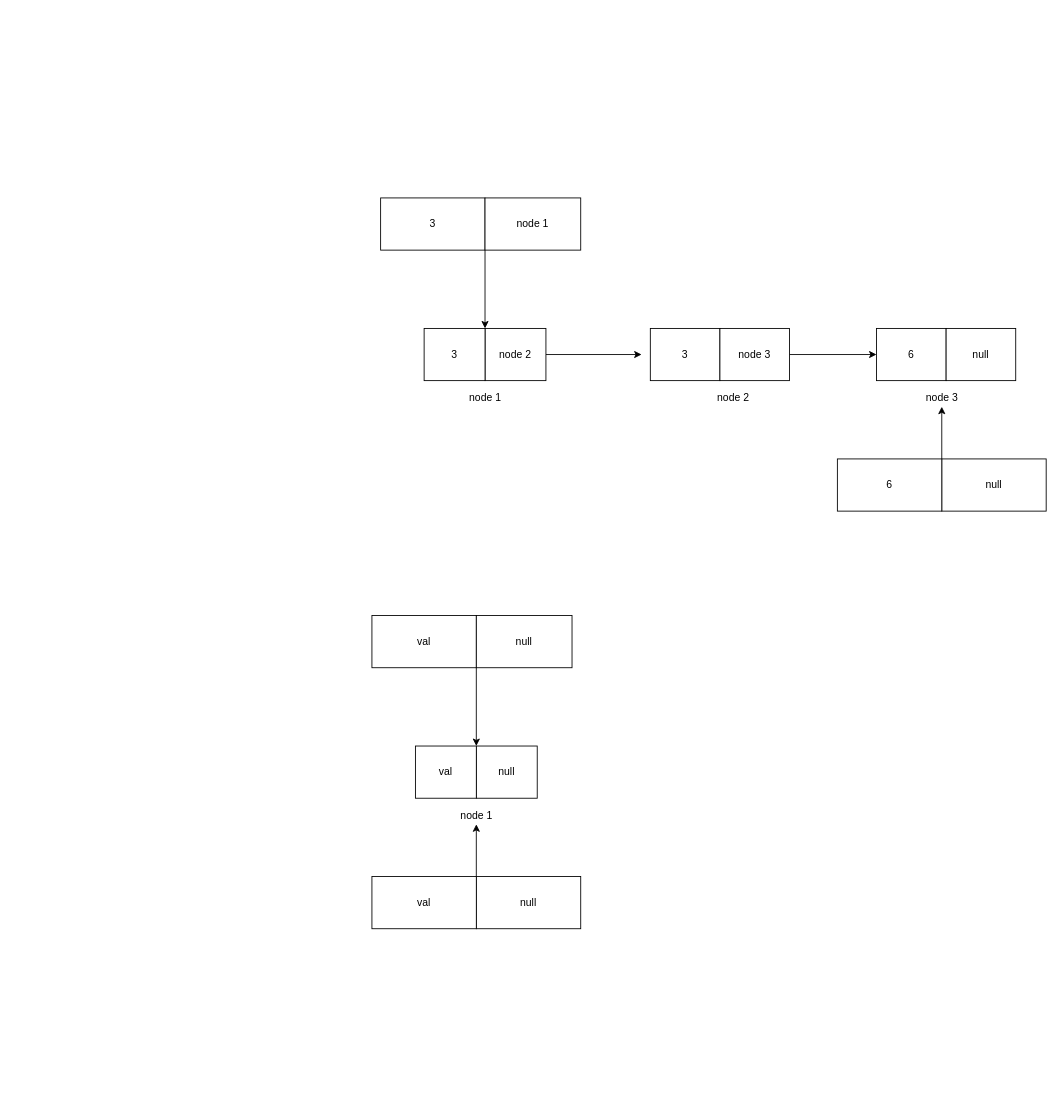
This is DSA/Linked List/demo.drawio from demonicirfan/java, a draw.io file, before an edit. Source tidied: cells renumbered, new cells numbered last; positions are measured from the earlier drawing's top-left corner, leaving out a move shared by most shapes. Both pictures are drawn from the tidied source at 87%, with x=0, y=0 at pixel (371, 197).
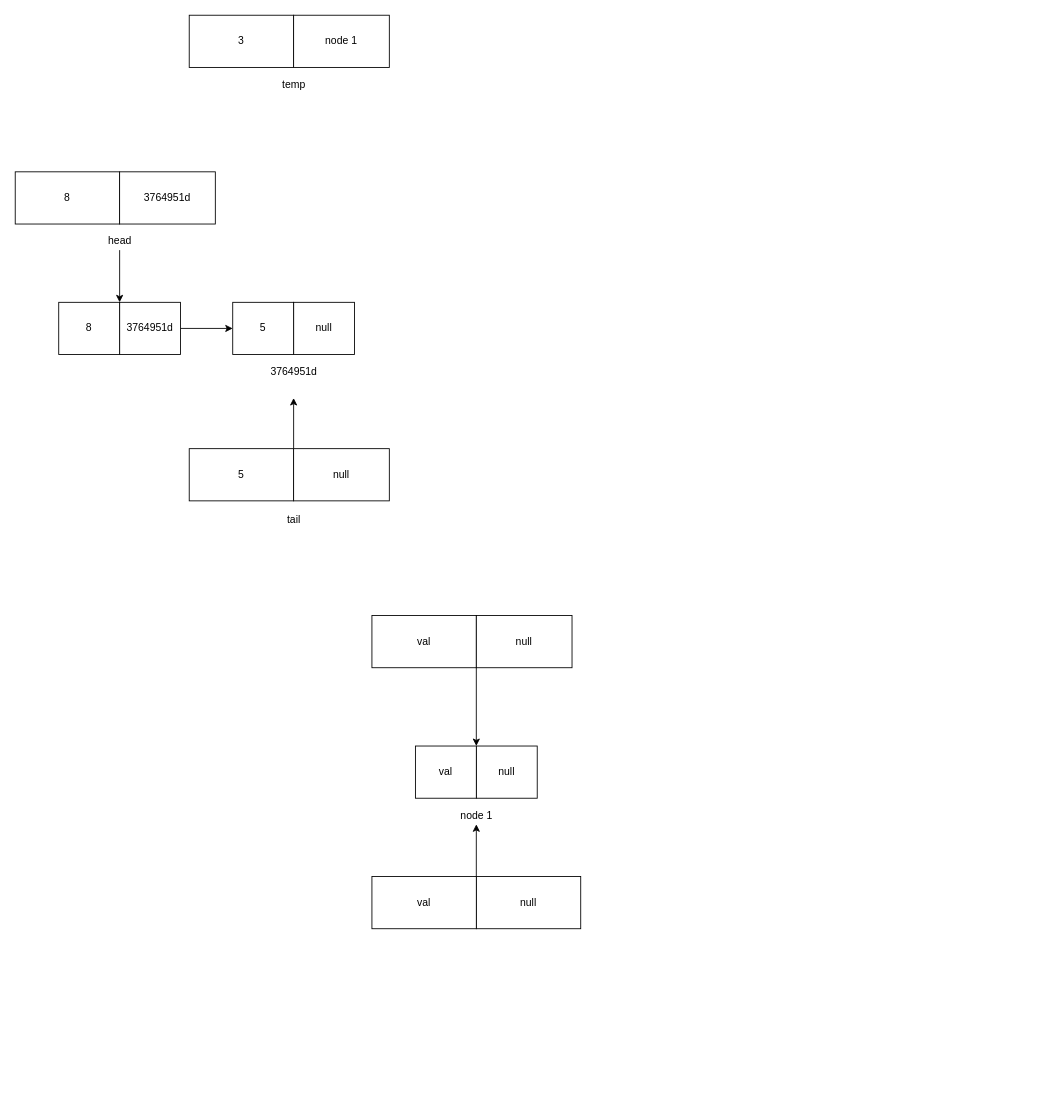
The same diagram, later.

Diff of the diagram source:
```diff
@@
-    <mxCell id="2" style="edgeStyle=none;html=1;" parent="1" edge="1" source="4" target="10">
-      <mxGeometry relative="1" as="geometry" />
-    </mxCell>
-    <mxCell id="3" style="edgeStyle=none;html=1;" parent="1" edge="1" source="4">
-      <mxGeometry relative="1" as="geometry">
-        <mxPoint x="310" y="180" as="targetPoint" />
-      </mxGeometry>
-    </mxCell>
-    <mxCell id="4" value="node 2" style="rounded=0;whiteSpace=wrap;html=1;" parent="1" vertex="1">
-      <mxGeometry x="130" y="150" width="70" height="60" as="geometry" />
-    </mxCell>
-    <mxCell id="5" style="edgeStyle=none;html=1;" parent="1" edge="1" source="6" target="8">
-      <mxGeometry relative="1" as="geometry" />
-    </mxCell>
-    <mxCell id="6" value="3" style="rounded=0;whiteSpace=wrap;html=1;" parent="1" vertex="1">
-      <mxGeometry x="320" y="150" width="80" height="60" as="geometry" />
-    </mxCell>
-    <mxCell id="7" style="edgeStyle=none;html=1;" parent="1" edge="1" source="8" target="24">
-      <mxGeometry relative="1" as="geometry" />
-    </mxCell>
-    <mxCell id="8" value="node 3" style="rounded=0;whiteSpace=wrap;html=1;" parent="1" vertex="1">
-      <mxGeometry x="400" y="150" width="80" height="60" as="geometry" />
-    </mxCell>
-    <mxCell id="9" value="3" style="rounded=0;whiteSpace=wrap;html=1;" parent="1" vertex="1">
-      <mxGeometry x="10" width="120" height="60" as="geometry" />
+    <mxCell id="9" value="8" style="rounded=0;whiteSpace=wrap;html=1;" parent="1" vertex="1">
+      <mxGeometry x="-410" y="-30" width="120" height="60" as="geometry" />
     </mxCell>
-    <mxCell id="10" value="3" style="rounded=0;whiteSpace=wrap;html=1;" parent="1" vertex="1">
-      <mxGeometry x="60" y="150" width="70" height="60" as="geometry" />
-    </mxCell>
-    <mxCell id="11" style="edgeStyle=none;html=1;exitX=0;exitY=1;exitDx=0;exitDy=0;entryX=1;entryY=0;entryDx=0;entryDy=0;" parent="1" edge="1" source="12" target="10">
-      <mxGeometry relative="1" as="geometry" />
-    </mxCell>
-    <mxCell id="12" value="node 1" style="rounded=0;whiteSpace=wrap;html=1;" parent="1" vertex="1">
-      <mxGeometry x="130" width="110" height="60" as="geometry" />
+    <mxCell id="12" value="&lt;span&gt;3764951d&lt;/span&gt;" style="rounded=0;whiteSpace=wrap;html=1;" parent="1" vertex="1">
+      <mxGeometry x="-290" y="-30" width="110" height="60" as="geometry" />
     </mxCell>
-    <mxCell id="13" style="edgeStyle=none;html=1;" parent="1" edge="1" source="17" target="18">
-      <mxGeometry relative="1" as="geometry" />
-    </mxCell>
-    <mxCell id="14" style="edgeStyle=none;html=1;entryX=1;entryY=0.5;entryDx=0;entryDy=0;" parent="1" edge="1" source="17" target="18">
-      <mxGeometry relative="1" as="geometry" />
-    </mxCell>
-    <mxCell id="15" style="edgeStyle=none;html=1;exitX=0;exitY=0;exitDx=0;exitDy=0;" parent="1" edge="1" source="17" target="26">
-      <mxGeometry relative="1" as="geometry" />
-    </mxCell>
-    <mxCell id="16" style="edgeStyle=none;html=1;exitX=0;exitY=0.25;exitDx=0;exitDy=0;" parent="1" edge="1" source="17" target="18">
-      <mxGeometry relative="1" as="geometry" />
-    </mxCell>
-    <mxCell id="17" value="null" style="rounded=0;whiteSpace=wrap;html=1;" parent="1" vertex="1">
-      <mxGeometry x="655" y="300" width="120" height="60" as="geometry" />
-    </mxCell>
-    <mxCell id="18" value="6" style="rounded=0;whiteSpace=wrap;html=1;" parent="1" vertex="1">
-      <mxGeometry x="535" y="300" width="120" height="60" as="geometry" />
-    </mxCell>
-    <mxCell id="19" value="node 1" style="text;html=1;align=center;verticalAlign=middle;strokeColor=none;" parent="1" vertex="1">
-      <mxGeometry x="105" y="220" width="50" height="20" as="geometry" />
-    </mxCell>
-    <mxCell id="20" value="node 2" style="text;html=1;align=center;verticalAlign=middle;strokeColor=none;" parent="1" vertex="1">
-      <mxGeometry x="390" y="220" width="50" height="20" as="geometry" />
-    </mxCell>
@@
-    <mxCell id="23" style="edgeStyle=none;html=1;" parent="1" edge="1" source="24" target="25">
-      <mxGeometry relative="1" as="geometry" />
-    </mxCell>
-    <mxCell id="24" value="6" style="rounded=0;whiteSpace=wrap;html=1;" parent="1" vertex="1">
-      <mxGeometry x="580" y="150" width="80" height="60" as="geometry" />
-    </mxCell>
-    <mxCell id="25" value="null" style="rounded=0;whiteSpace=wrap;html=1;" parent="1" vertex="1">
-      <mxGeometry x="660" y="150" width="80" height="60" as="geometry" />
-    </mxCell>
-    <mxCell id="26" value="node 3" style="text;html=1;align=center;verticalAlign=middle;points=[];strokeColor=none;" parent="1" vertex="1">
-      <mxGeometry x="630" y="220" width="50" height="20" as="geometry" />
-    </mxCell>
@@
     <mxCell id="40" style="edgeStyle=none;html=1;" parent="1" edge="1">
       <mxGeometry relative="1" as="geometry">
-        <mxPoint x="325" y="1030" as="sourcePoint" />
-        <mxPoint x="325" y="1030" as="targetPoint" />
+        <mxPoint x="335" y="850" as="sourcePoint" />
+        <mxPoint x="335" y="850" as="targetPoint" />
       </mxGeometry>
     </mxCell>
     <mxCell id="41" style="edgeStyle=none;html=1;entryX=1;entryY=0.5;entryDx=0;entryDy=0;" parent="1" edge="1">
       <mxGeometry relative="1" as="geometry">
-        <mxPoint x="325" y="1030" as="sourcePoint" />
-        <mxPoint x="325" y="1030" as="targetPoint" />
+        <mxPoint x="335" y="850" as="sourcePoint" />
+        <mxPoint x="335" y="850" as="targetPoint" />
       </mxGeometry>
     </mxCell>
+    <mxCell id="42" value="3" style="rounded=0;whiteSpace=wrap;html=1;" parent="1" vertex="1">
+      <mxGeometry x="-210" y="-210" width="120" height="60" as="geometry" />
+    </mxCell>
+    <mxCell id="19" value="node 1" style="rounded=0;whiteSpace=wrap;html=1;" parent="1" vertex="1">
+      <mxGeometry x="-90" y="-210" width="110" height="60" as="geometry" />
+    </mxCell>
+    <mxCell id="43" value="temp" style="text;html=1;align=center;verticalAlign=middle;strokeColor=none;" parent="1" vertex="1">
+      <mxGeometry x="-110" y="-140" width="40" height="20" as="geometry" />
+    </mxCell>
+    <mxCell id="44" value="5" style="rounded=0;whiteSpace=wrap;html=1;" parent="1" vertex="1">
+      <mxGeometry x="-210" y="288.2" width="120" height="60" as="geometry" />
+    </mxCell>
+    <mxCell id="45" style="edgeStyle=none;html=1;exitX=0;exitY=0;exitDx=0;exitDy=0;" parent="1" edge="1" source="46">
+      <mxGeometry relative="1" as="geometry">
+        <mxPoint x="-90" y="230" as="targetPoint" />
+      </mxGeometry>
+    </mxCell>
+    <mxCell id="46" value="null" style="rounded=0;whiteSpace=wrap;html=1;" parent="1" vertex="1">
+      <mxGeometry x="-90" y="288.2" width="110" height="60" as="geometry" />
+    </mxCell>
+    <mxCell id="47" value="tail" style="text;html=1;align=center;verticalAlign=middle;strokeColor=none;" parent="1" vertex="1">
+      <mxGeometry x="-105" y="360" width="30" height="20" as="geometry" />
+    </mxCell>
+    <mxCell id="48" style="edgeStyle=none;html=1;entryX=0;entryY=0;entryDx=0;entryDy=0;" parent="1" edge="1" source="49" target="56">
+      <mxGeometry relative="1" as="geometry" />
+    </mxCell>
+    <mxCell id="49" value="head" style="text;html=1;align=center;verticalAlign=middle;points=[];strokeColor=none;" parent="1" vertex="1">
+      <mxGeometry x="-310" y="40" width="40" height="20" as="geometry" />
+    </mxCell>
+    <mxCell id="50" style="edgeStyle=none;html=1;" parent="1" edge="1" source="51" target="52">
+      <mxGeometry relative="1" as="geometry" />
+    </mxCell>
+    <mxCell id="51" value="null" style="rounded=0;whiteSpace=wrap;html=1;" parent="1" vertex="1">
+      <mxGeometry x="-90" y="120" width="70" height="60" as="geometry" />
+    </mxCell>
+    <mxCell id="52" value="5" style="rounded=0;whiteSpace=wrap;html=1;" parent="1" vertex="1">
+      <mxGeometry x="-160" y="120" width="70" height="60" as="geometry" />
+    </mxCell>
+    <mxCell id="53" value="3764951d" style="text;html=1;align=center;verticalAlign=middle;strokeColor=none;" parent="1" vertex="1">
+      <mxGeometry x="-125" y="190" width="70" height="20" as="geometry" />
+    </mxCell>
+    <mxCell id="54" style="edgeStyle=none;html=1;" parent="1" edge="1" source="56" target="57">
+      <mxGeometry relative="1" as="geometry" />
+    </mxCell>
+    <mxCell id="55" style="edgeStyle=none;html=1;entryX=0;entryY=0.5;entryDx=0;entryDy=0;" parent="1" edge="1" source="56" target="52">
+      <mxGeometry relative="1" as="geometry" />
+    </mxCell>
+    <mxCell id="56" value="&lt;span&gt;3764951d&lt;/span&gt;" style="rounded=0;whiteSpace=wrap;html=1;" parent="1" vertex="1">
+      <mxGeometry x="-290" y="120" width="70" height="60" as="geometry" />
+    </mxCell>
+    <mxCell id="57" value="8" style="rounded=0;whiteSpace=wrap;html=1;" parent="1" vertex="1">
+      <mxGeometry x="-360" y="120" width="70" height="60" as="geometry" />
+    </mxCell>
```
